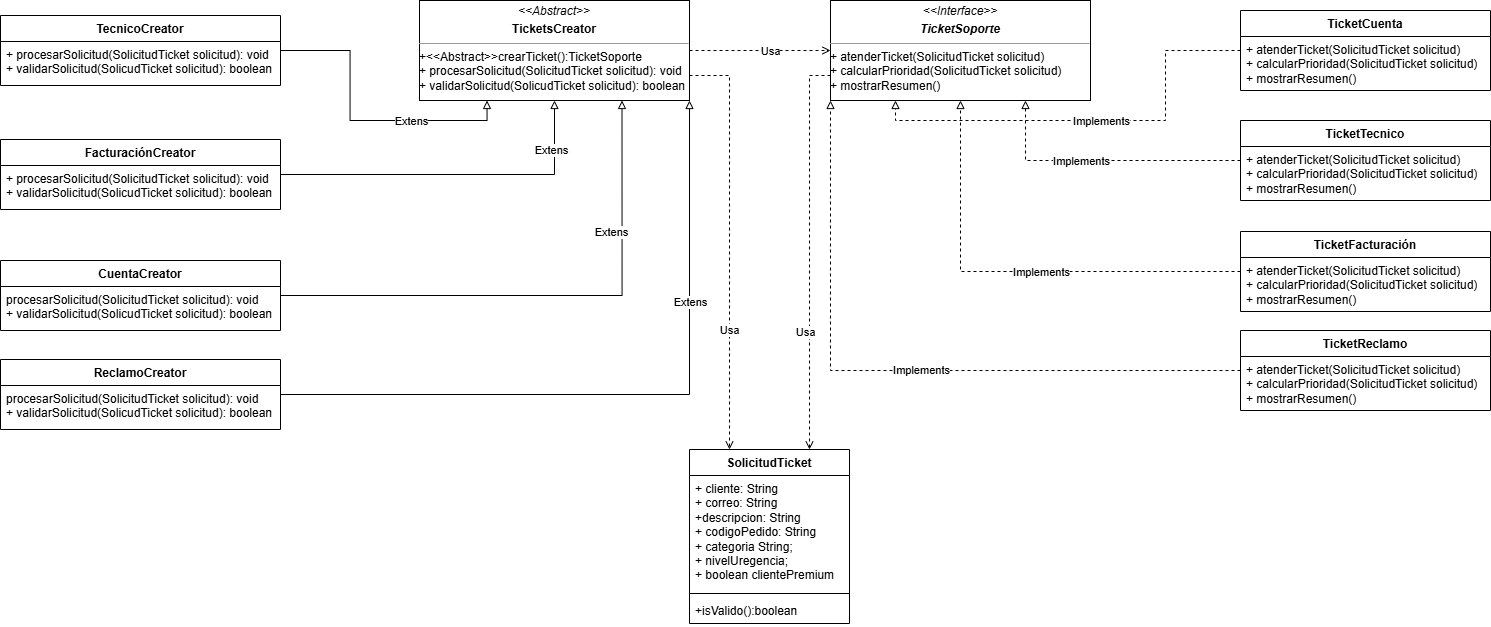
Earlier version of the draw.io export 01-Creacionales/Factory/Ejercicio06-SistemaTicketsSoporte/Diagramas/DiagramaClases.png (RaulFBS/Patrones-de-Diseno-Java). Source tidied: cells renumbered, new cells last; positions are measured from the earlier drawing's top-left corner, leaving out a move shared by most shapes.
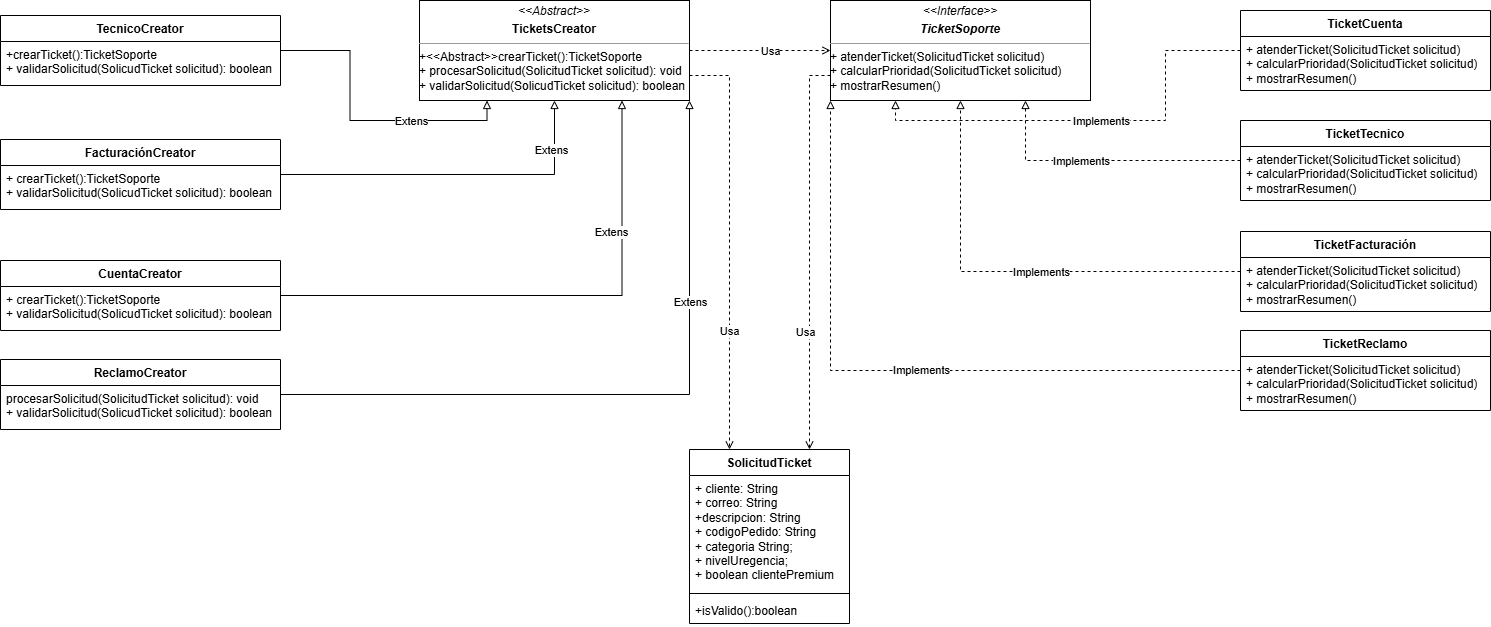
After the change.

Commit message:
Ejercicio06 Factory: Diagrama de clases arreglado y clases creador creadas

The edit, as a diff of the source:
```diff
@@ -8,19 +8,19 @@
     <mxCell id="3" value="TecnicoCreator" style="swimlane;fontStyle=1;align=center;verticalAlign=top;horizontal=1;startSize=26;whiteSpace=wrap;html=1;" parent="2" vertex="1">
       <mxGeometry y="15" width="280" height="70" as="geometry" />
     </mxCell>
-    <mxCell id="4" value="+ procesarSolicitud(SolicitudTicket solicitud): void&lt;br style=&quot;border-color: rgb(218, 220, 224);&quot;&gt;+ validarSolicitud(SolicudTicket solicitud): boolean" style="text;strokeColor=none;fillColor=none;align=left;verticalAlign=top;spacingLeft=4;spacingRight=4;overflow=hidden;whiteSpace=wrap;html=1;" parent="3" vertex="1">
+    <mxCell id="4" value="+crearTicket():TicketSoporte&lt;br&gt;+ validarSolicitud(SolicudTicket solicitud): boolean" style="text;strokeColor=none;fillColor=none;align=left;verticalAlign=top;spacingLeft=4;spacingRight=4;overflow=hidden;whiteSpace=wrap;html=1;" parent="3" vertex="1">
       <mxGeometry y="26" width="280" height="44" as="geometry" />
     </mxCell>
     <mxCell id="5" value="FacturaciónCreator" style="swimlane;fontStyle=1;align=center;verticalAlign=top;horizontal=1;startSize=26;whiteSpace=wrap;html=1;" parent="2" vertex="1">
       <mxGeometry y="139" width="280" height="70" as="geometry" />
     </mxCell>
-    <mxCell id="6" value="+ procesarSolicitud(SolicitudTicket solicitud): void&lt;br style=&quot;border-color: rgb(218, 220, 224);&quot;&gt;+ validarSolicitud(SolicudTicket solicitud): boolean" style="text;strokeColor=none;fillColor=none;align=left;verticalAlign=top;spacingLeft=4;spacingRight=4;overflow=hidden;whiteSpace=wrap;html=1;" parent="5" vertex="1">
+    <mxCell id="6" value="+ crearTicket():TicketSoporte&lt;br&gt;+ validarSolicitud(SolicudTicket solicitud): boolean" style="text;strokeColor=none;fillColor=none;align=left;verticalAlign=top;spacingLeft=4;spacingRight=4;overflow=hidden;whiteSpace=wrap;html=1;" parent="5" vertex="1">
       <mxGeometry y="26" width="280" height="44" as="geometry" />
     </mxCell>
     <mxCell id="7" value="CuentaCreator" style="swimlane;fontStyle=1;align=center;verticalAlign=top;horizontal=1;startSize=26;whiteSpace=wrap;html=1;" parent="2" vertex="1">
       <mxGeometry y="260" width="280" height="70" as="geometry" />
     </mxCell>
-    <mxCell id="8" value="procesarSolicitud(SolicitudTicket solicitud): void&lt;br style=&quot;border-color: rgb(218, 220, 224);&quot;&gt;+ validarSolicitud(SolicudTicket solicitud): boolean" style="text;strokeColor=none;fillColor=none;align=left;verticalAlign=top;spacingLeft=4;spacingRight=4;overflow=hidden;whiteSpace=wrap;html=1;" parent="7" vertex="1">
+    <mxCell id="8" value="+ crearTicket():TicketSoporte&lt;br&gt;+ validarSolicitud(SolicudTicket solicitud): boolean" style="text;strokeColor=none;fillColor=none;align=left;verticalAlign=top;spacingLeft=4;spacingRight=4;overflow=hidden;whiteSpace=wrap;html=1;" parent="7" vertex="1">
       <mxGeometry y="26" width="280" height="44" as="geometry" />
     </mxCell>
     <mxCell id="9" value="ReclamoCreator" style="swimlane;fontStyle=1;align=center;verticalAlign=top;horizontal=1;startSize=26;whiteSpace=wrap;html=1;" parent="2" vertex="1">
```
